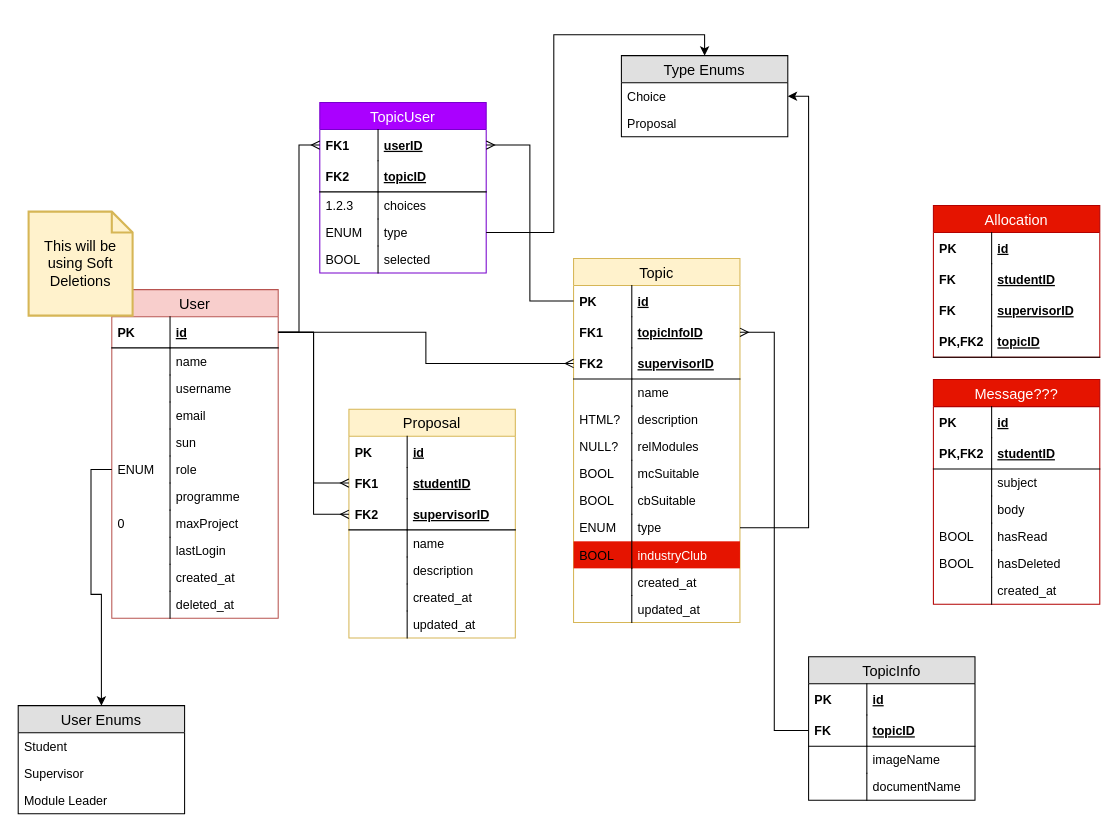
The draw.io diagram DB Diagram.drawio in kkgm13/fypallocsys, before the edit. Source tidied: cells renumbered, new cells numbered last; positions are measured from the earlier drawing's top-left corner, leaving out a move shared by most shapes. Both pictures are drawn from the tidied source at 104%, with x=0, y=0 at pixel (18, 55).
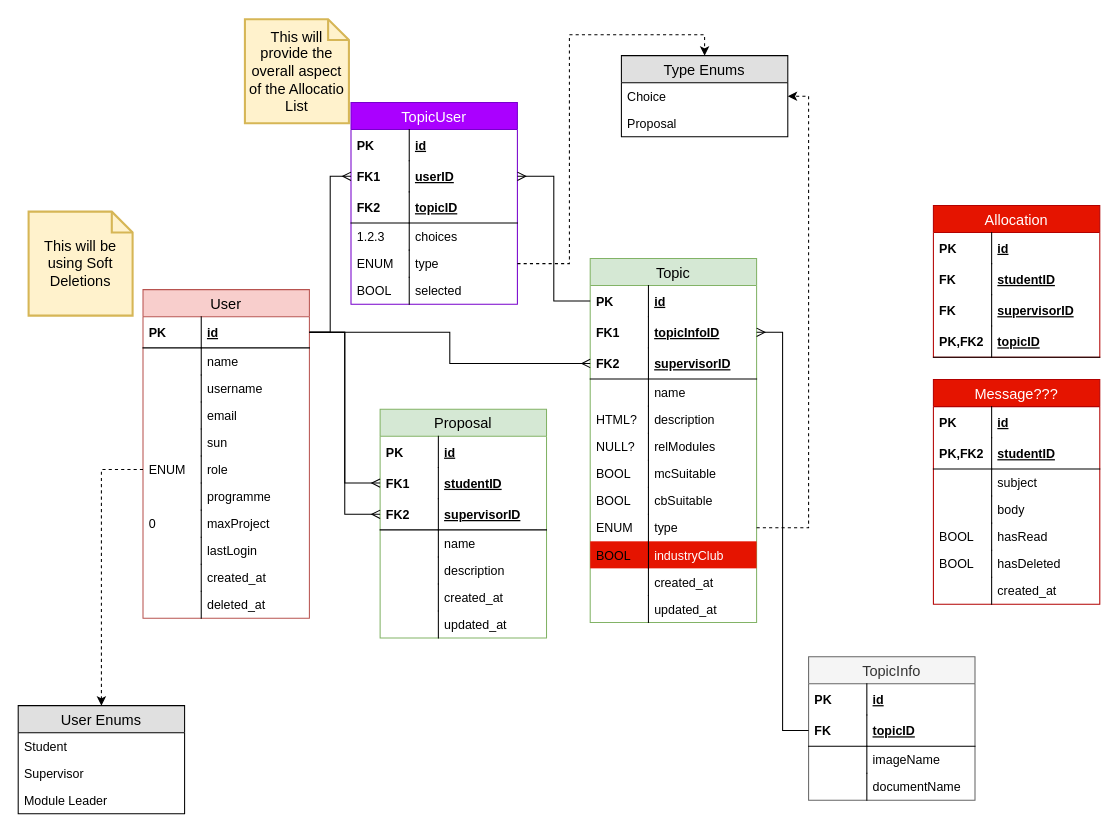
The same diagram, later.

The change refers to these unchanged cells:
```xml
<mxCell id="13" value="role" style="shape=partialRectangle;top=0;left=0;right=0;bottom=0;align=left;verticalAlign=top;fillColor=none;spacingLeft=60;spacingRight=4;overflow=hidden;points=[[0,0.5],[1,0.5]];portConstraint=eastwest;fontSize=12;" parent="2" vertex="1">
  <mxGeometry y="160" width="160" height="26" as="geometry" />
</mxCell>
<mxCell id="42" value="type" style="shape=partialRectangle;top=0;left=0;right=0;bottom=0;align=left;verticalAlign=top;fillColor=none;spacingLeft=60;spacingRight=4;overflow=hidden;points=[[0,0.5],[1,0.5]];portConstraint=eastwest;fontSize=12;" parent="25" vertex="1">
  <mxGeometry y="246" width="160" height="26" as="geometry" />
</mxCell>
<mxCell id="105" value="User Enums" style="swimlane;fontStyle=0;horizontal=1;startSize=26;fillColor=#e0e0e0;swimlaneFillColor=#ffffff;align=center;fontSize=14;" parent="1" vertex="1">
  <mxGeometry y="625" width="160" height="104" as="geometry" />
</mxCell>
<mxCell id="110" value="Type Enums" style="swimlane;fontStyle=0;horizontal=1;startSize=26;fillColor=#e0e0e0;swimlaneFillColor=#ffffff;align=center;fontSize=14;" parent="1" vertex="1">
  <mxGeometry x="580" width="160" height="78" as="geometry" />
</mxCell>
```

Diff of the diagram source:
```diff
@@
     <mxCell id="2" value="User" style="swimlane;fontStyle=0;horizontal=1;startSize=26;fillColor=#f8cecc;swimlaneFillColor=#ffffff;align=center;fontSize=14;strokeColor=#b85450;" parent="1" vertex="1">
-      <mxGeometry x="90" y="225" width="160" height="316" as="geometry" />
+      <mxGeometry x="120" y="225" width="160" height="316" as="geometry" />
     </mxCell>
@@
-    <mxCell id="25" value="Topic" style="swimlane;fontStyle=0;horizontal=1;startSize=26;fillColor=#fff2cc;swimlaneFillColor=#ffffff;align=center;fontSize=14;strokeColor=#d6b656;" parent="1" vertex="1">
-      <mxGeometry x="534" y="195" width="160" height="350" as="geometry" />
+    <mxCell id="25" value="Topic" style="swimlane;fontStyle=0;horizontal=1;startSize=26;fillColor=#d5e8d4;swimlaneFillColor=#ffffff;align=center;fontSize=14;strokeColor=#82b366;" parent="1" vertex="1">
+      <mxGeometry x="550" y="195" width="160" height="350" as="geometry" />
     </mxCell>
@@
     <mxCell id="51" value="TopicUser" style="swimlane;fontStyle=0;horizontal=1;startSize=26;fillColor=#aa00ff;swimlaneFillColor=#ffffff;align=center;fontSize=14;strokeColor=#7700CC;fontColor=#ffffff;" parent="1" vertex="1">
-      <mxGeometry x="290" y="45" width="160" height="164" as="geometry" />
+      <mxGeometry x="320" y="45" width="160" height="194" as="geometry" />
     </mxCell>
+    <mxCell id="126" value="id" style="shape=partialRectangle;top=0;left=0;right=0;bottom=0;align=left;verticalAlign=middle;fillColor=none;spacingLeft=60;spacingRight=4;overflow=hidden;fontStyle=5;fontSize=12;" parent="51" vertex="1">
+      <mxGeometry y="26" width="160" height="30" as="geometry" />
+    </mxCell>
+    <mxCell id="127" value="PK" style="shape=partialRectangle;fontStyle=1;top=0;left=0;bottom=0;fillColor=none;align=left;verticalAlign=middle;spacingLeft=4;spacingRight=4;overflow=hidden;fontSize=12;" parent="126" vertex="1">
+      <mxGeometry width="56" height="30" as="geometry" />
+    </mxCell>
     <mxCell id="52" value="userID" style="shape=partialRectangle;top=0;left=0;right=0;bottom=0;align=left;verticalAlign=middle;fillColor=none;spacingLeft=60;spacingRight=4;overflow=hidden;points=[[0,0.5],[1,0.5]];portConstraint=eastwest;fontStyle=5;fontSize=12;" parent="51" vertex="1">
-      <mxGeometry y="26" width="160" height="30" as="geometry" />
+      <mxGeometry y="56" width="160" height="30" as="geometry" />
     </mxCell>
@@
     <mxCell id="54" value="topicID" style="shape=partialRectangle;top=0;left=0;right=0;bottom=1;align=left;verticalAlign=middle;fillColor=none;spacingLeft=60;spacingRight=4;overflow=hidden;fontStyle=5;fontSize=12;" parent="51" vertex="1">
-      <mxGeometry y="56" width="160" height="30" as="geometry" />
+      <mxGeometry y="86" width="160" height="30" as="geometry" />
     </mxCell>
@@
     <mxCell id="56" value="choices" style="shape=partialRectangle;top=0;left=0;right=0;bottom=0;align=left;verticalAlign=top;fillColor=none;spacingLeft=60;spacingRight=4;overflow=hidden;fontSize=12;" parent="51" vertex="1">
-      <mxGeometry y="86" width="160" height="26" as="geometry" />
+      <mxGeometry y="116" width="160" height="26" as="geometry" />
     </mxCell>
@@
     <mxCell id="58" value="type" style="shape=partialRectangle;top=0;left=0;right=0;bottom=0;align=left;verticalAlign=top;fillColor=none;spacingLeft=60;spacingRight=4;overflow=hidden;points=[[0,0.5],[1,0.5]];portConstraint=eastwest;fontSize=12;" parent="51" vertex="1">
-      <mxGeometry y="112" width="160" height="26" as="geometry" />
+      <mxGeometry y="142" width="160" height="26" as="geometry" />
     </mxCell>
@@
     <mxCell id="60" value="selected" style="shape=partialRectangle;top=0;left=0;right=0;bottom=0;align=left;verticalAlign=top;fillColor=none;spacingLeft=60;spacingRight=4;overflow=hidden;fontSize=12;" parent="51" vertex="1">
-      <mxGeometry y="138" width="160" height="26" as="geometry" />
+      <mxGeometry y="168" width="160" height="26" as="geometry" />
     </mxCell>
@@
-    <mxCell id="64" value="Proposal" style="swimlane;fontStyle=0;horizontal=1;startSize=26;fillColor=#fff2cc;swimlaneFillColor=#ffffff;align=center;fontSize=14;strokeColor=#d6b656;" parent="1" vertex="1">
-      <mxGeometry x="318" y="340" width="160" height="220" as="geometry" />
+    <mxCell id="64" value="Proposal" style="swimlane;fontStyle=0;horizontal=1;startSize=26;fillColor=#d5e8d4;swimlaneFillColor=#ffffff;align=center;fontSize=14;strokeColor=#82b366;" parent="1" vertex="1">
+      <mxGeometry x="348" y="340" width="160" height="220" as="geometry" />
     </mxCell>
@@
-    <mxCell id="109" style="edgeStyle=orthogonalEdgeStyle;rounded=0;jettySize=auto;html=1;exitX=0;exitY=0.5;exitDx=0;exitDy=0;entryX=0.5;entryY=0;entryDx=0;entryDy=0;" parent="1" edge="1" source="13" target="105">
+    <mxCell id="109" style="edgeStyle=orthogonalEdgeStyle;rounded=0;jettySize=auto;html=1;exitX=0;exitY=0.5;exitDx=0;exitDy=0;entryX=0.5;entryY=0;entryDx=0;entryDy=0;dashed=1;" parent="1" edge="1" source="13" target="105">
       <mxGeometry relative="1" as="geometry" />
     </mxCell>
@@
-    <mxCell id="113" style="edgeStyle=orthogonalEdgeStyle;rounded=0;jettySize=auto;html=1;exitX=1;exitY=0.5;exitDx=0;exitDy=0;entryX=0.5;entryY=0;entryDx=0;entryDy=0;" parent="1" edge="1" source="58" target="110">
+    <mxCell id="113" style="edgeStyle=orthogonalEdgeStyle;rounded=0;jettySize=auto;html=1;exitX=1;exitY=0.5;exitDx=0;exitDy=0;entryX=0.5;entryY=0;entryDx=0;entryDy=0;dashed=1;" parent="1" edge="1" source="58" target="110">
       <mxGeometry relative="1" as="geometry" />
     </mxCell>
-    <mxCell id="114" style="edgeStyle=orthogonalEdgeStyle;rounded=0;jettySize=auto;html=1;exitX=1;exitY=0.5;exitDx=0;exitDy=0;entryX=1;entryY=0.5;entryDx=0;entryDy=0;" parent="1" edge="1" source="42" target="110">
+    <mxCell id="114" style="edgeStyle=orthogonalEdgeStyle;rounded=0;jettySize=auto;html=1;exitX=1;exitY=0.5;exitDx=0;exitDy=0;entryX=1;entryY=0.5;entryDx=0;entryDy=0;dashed=1;" parent="1" edge="1" source="42" target="110">
       <mxGeometry relative="1" as="geometry" />
     </mxCell>
@@
-    <mxCell id="116" value="TopicInfo" style="swimlane;fontStyle=0;horizontal=1;startSize=26;fillColor=#e0e0e0;swimlaneFillColor=#ffffff;align=center;fontSize=14;" parent="1" vertex="1">
+    <mxCell id="116" value="TopicInfo" style="swimlane;fontStyle=0;horizontal=1;startSize=26;fillColor=#f5f5f5;swimlaneFillColor=#ffffff;align=center;fontSize=14;strokeColor=#666666;fontColor=#333333;" parent="1" vertex="1">
       <mxGeometry x="760" y="578" width="160" height="138" as="geometry" />
     </mxCell>
@@
+    <mxCell id="128" value="This will provide the overall aspect of the Allocatio List" style="shape=note;strokeWidth=2;fontSize=14;size=20;whiteSpace=wrap;html=1;fillColor=#fff2cc;strokeColor=#d6b656;" parent="1" vertex="1">
+      <mxGeometry x="218" y="-35" width="100" height="100" as="geometry" />
+    </mxCell>
```
